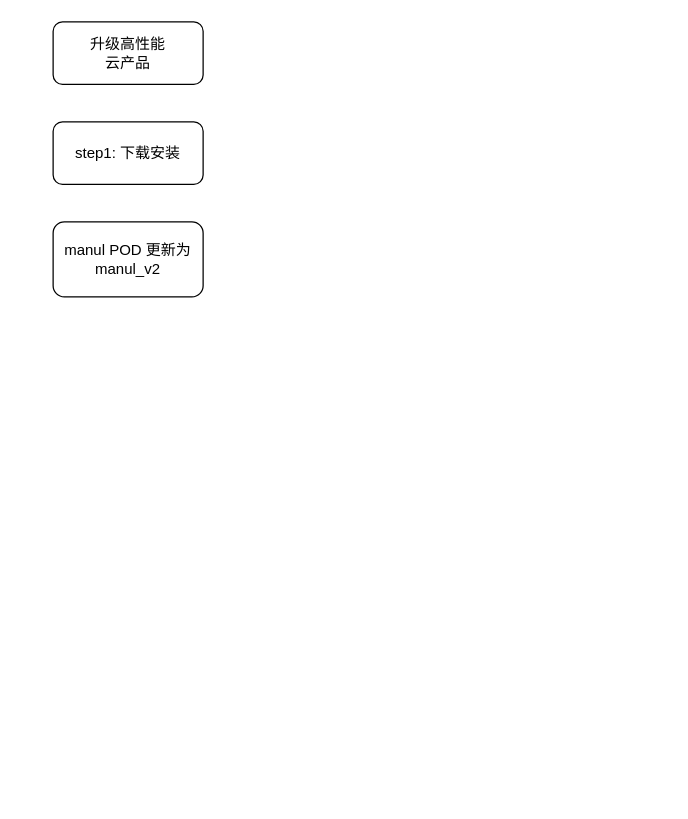
Before: 升级流程.drawio in ChenFanTony/iodraw-files, a draw.io diagram. Source tidied: cells renumbered, new cells numbered last; positions are measured from the earlier drawing's top-left corner, leaving out a move shared by most shapes. Both pictures are drawn from the tidied source at 125%, with x=0, y=0 at pixel (52, 21).
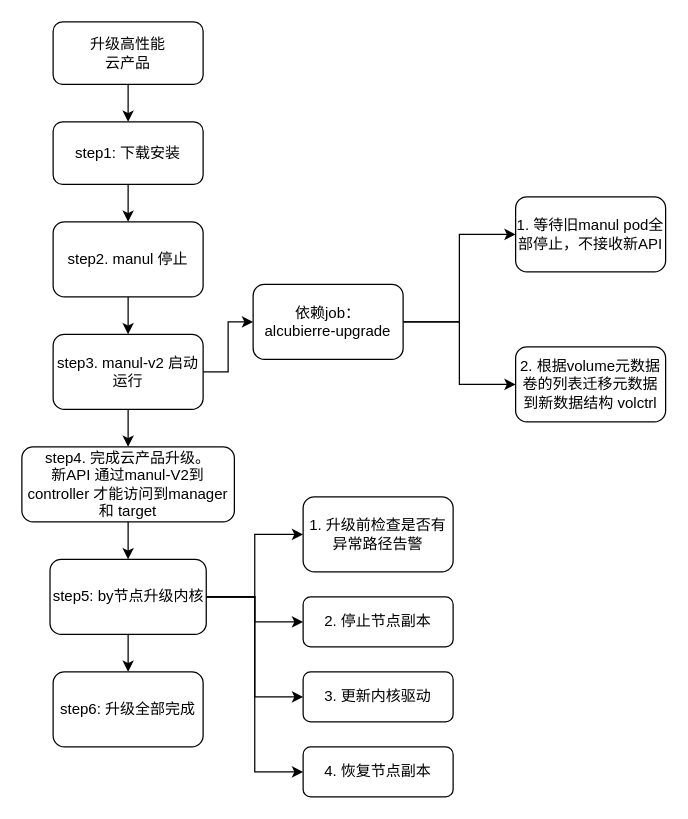
The same diagram, later.

Commit message:
更新升级流程.drawio

Unchanged cells that the change refers to:
```xml
<mxCell id="2" value="升级高性能&lt;div&gt;云产品&lt;/div&gt;" style="rounded=1;whiteSpace=wrap;html=1;" parent="1" vertex="1">
  <mxGeometry width="120" height="50" as="geometry" />
</mxCell>
<mxCell id="3" value="step1: 下载安装" style="rounded=1;whiteSpace=wrap;html=1;" parent="1" vertex="1">
  <mxGeometry y="80" width="120" height="50" as="geometry" />
</mxCell>
```

Diff of the diagram source:
```diff
@@
+    <mxCell id="5" style="edgeStyle=orthogonalEdgeStyle;rounded=0;jettySize=auto;html=1;exitX=0.5;exitY=1;exitDx=0;exitDy=0;entryX=0.5;entryY=0;entryDx=0;entryDy=0;" parent="1" edge="1" source="2" target="3">
+      <mxGeometry relative="1" as="geometry" />
+    </mxCell>
@@
+    <mxCell id="6" style="edgeStyle=orthogonalEdgeStyle;rounded=0;jettySize=auto;html=1;exitX=0.5;exitY=1;exitDx=0;exitDy=0;entryX=0.5;entryY=0;entryDx=0;entryDy=0;" parent="1" edge="1" source="3" target="4">
+      <mxGeometry relative="1" as="geometry" />
+    </mxCell>
@@
+    <mxCell id="7" style="edgeStyle=orthogonalEdgeStyle;rounded=0;jettySize=auto;html=1;exitX=0.5;exitY=1;exitDx=0;exitDy=0;entryX=0.5;entryY=0;entryDx=0;entryDy=0;" parent="1" edge="1" source="4" target="15">
+      <mxGeometry relative="1" as="geometry" />
+    </mxCell>
-    <mxCell id="4" value="manul POD 更新为 manul_v2" style="rounded=1;whiteSpace=wrap;html=1;" parent="1" vertex="1">
+    <mxCell id="4" value="step2. manul 停止" style="rounded=1;whiteSpace=wrap;html=1;" parent="1" vertex="1">
       <mxGeometry y="160" width="120" height="60" as="geometry" />
     </mxCell>
+    <mxCell id="8" style="edgeStyle=orthogonalEdgeStyle;rounded=0;jettySize=auto;html=1;exitX=1;exitY=0.5;exitDx=0;exitDy=0;entryX=0;entryY=0.5;entryDx=0;entryDy=0;" parent="1" edge="1" source="10" target="11">
+      <mxGeometry relative="1" as="geometry" />
+    </mxCell>
+    <mxCell id="9" style="edgeStyle=orthogonalEdgeStyle;rounded=0;jettySize=auto;html=1;exitX=1;exitY=0.5;exitDx=0;exitDy=0;entryX=0;entryY=0.5;entryDx=0;entryDy=0;" parent="1" edge="1" source="10" target="12">
+      <mxGeometry relative="1" as="geometry" />
+    </mxCell>
+    <mxCell id="10" value="依赖job：&lt;br&gt;alcubierre-upgrade" style="whiteSpace=wrap;html=1;rounded=1;" parent="1" vertex="1">
+      <mxGeometry x="160" y="210" width="120" height="60" as="geometry" />
+    </mxCell>
+    <mxCell id="11" value="1. 等待旧manul pod全部停止，不接收新API" style="whiteSpace=wrap;html=1;rounded=1;" parent="1" vertex="1">
+      <mxGeometry x="370" y="140" width="120" height="60" as="geometry" />
+    </mxCell>
+    <mxCell id="12" value="2. 根据volume元数据卷的列表迁移元数据到新数据结构 volctrl" style="whiteSpace=wrap;html=1;rounded=1;" parent="1" vertex="1">
+      <mxGeometry x="370" y="260" width="120" height="60" as="geometry" />
+    </mxCell>
+    <mxCell id="13" style="edgeStyle=orthogonalEdgeStyle;rounded=0;jettySize=auto;html=1;exitX=1;exitY=0.5;exitDx=0;exitDy=0;entryX=0;entryY=0.5;entryDx=0;entryDy=0;" parent="1" edge="1" source="15" target="10">
+      <mxGeometry relative="1" as="geometry" />
+    </mxCell>
+    <mxCell id="14" style="edgeStyle=orthogonalEdgeStyle;rounded=0;jettySize=auto;html=1;exitX=0.5;exitY=1;exitDx=0;exitDy=0;" parent="1" edge="1" source="15">
+      <mxGeometry relative="1" as="geometry">
+        <mxPoint x="60" y="340" as="targetPoint" />
+      </mxGeometry>
+    </mxCell>
+    <mxCell id="15" value="step3. manul-v2 启动运行" style="rounded=1;whiteSpace=wrap;html=1;" parent="1" vertex="1">
+      <mxGeometry y="250" width="120" height="60" as="geometry" />
+    </mxCell>
+    <mxCell id="16" style="edgeStyle=orthogonalEdgeStyle;rounded=0;jettySize=auto;html=1;exitX=0.5;exitY=1;exitDx=0;exitDy=0;entryX=0.5;entryY=0;entryDx=0;entryDy=0;" parent="1" edge="1" source="17" target="23">
+      <mxGeometry relative="1" as="geometry" />
+    </mxCell>
+    <mxCell id="17" value="step4. 完成云产品升级。&lt;br&gt;新API 通过manul-V2到 controller 才能访问到manager 和 target" style="rounded=1;whiteSpace=wrap;html=1;" parent="1" vertex="1">
+      <mxGeometry x="-25" y="340" width="170" height="60" as="geometry" />
+    </mxCell>
+    <mxCell id="18" style="edgeStyle=orthogonalEdgeStyle;rounded=0;jettySize=auto;html=1;" parent="1" edge="1" source="23" target="24">
+      <mxGeometry relative="1" as="geometry" />
+    </mxCell>
+    <mxCell id="19" style="edgeStyle=orthogonalEdgeStyle;rounded=0;jettySize=auto;html=1;exitX=1;exitY=0.5;exitDx=0;exitDy=0;entryX=0;entryY=0.5;entryDx=0;entryDy=0;" parent="1" edge="1" source="23" target="25">
+      <mxGeometry relative="1" as="geometry" />
+    </mxCell>
+    <mxCell id="20" style="edgeStyle=orthogonalEdgeStyle;rounded=0;jettySize=auto;html=1;exitX=1;exitY=0.5;exitDx=0;exitDy=0;entryX=0;entryY=0.5;entryDx=0;entryDy=0;" parent="1" edge="1" source="23" target="26">
+      <mxGeometry relative="1" as="geometry" />
+    </mxCell>
+    <mxCell id="21" style="edgeStyle=orthogonalEdgeStyle;rounded=0;jettySize=auto;html=1;exitX=1;exitY=0.5;exitDx=0;exitDy=0;entryX=0;entryY=0.5;entryDx=0;entryDy=0;" parent="1" edge="1" source="23" target="27">
+      <mxGeometry relative="1" as="geometry" />
+    </mxCell>
+    <mxCell id="22" style="edgeStyle=orthogonalEdgeStyle;rounded=0;jettySize=auto;html=1;" parent="1" edge="1" source="23" target="28">
+      <mxGeometry relative="1" as="geometry" />
+    </mxCell>
+    <mxCell id="23" value="step5: by节点升级内核" style="rounded=1;whiteSpace=wrap;html=1;" parent="1" vertex="1">
+      <mxGeometry x="-2.5" y="430" width="125" height="60" as="geometry" />
+    </mxCell>
+    <mxCell id="24" value="1. 升级前检查是否有异常路径告警" style="whiteSpace=wrap;html=1;rounded=1;" parent="1" vertex="1">
+      <mxGeometry x="200" y="380" width="120" height="60" as="geometry" />
+    </mxCell>
+    <mxCell id="25" value="2. 停止节点副本" style="whiteSpace=wrap;html=1;rounded=1;" parent="1" vertex="1">
+      <mxGeometry x="200" y="460" width="120" height="40" as="geometry" />
+    </mxCell>
+    <mxCell id="26" value="3. 更新内核驱动" style="whiteSpace=wrap;html=1;rounded=1;" parent="1" vertex="1">
+      <mxGeometry x="200" y="520" width="120" height="40" as="geometry" />
+    </mxCell>
+    <mxCell id="27" value="4. 恢复节点副本" style="whiteSpace=wrap;html=1;rounded=1;" parent="1" vertex="1">
+      <mxGeometry x="200" y="580" width="120" height="40" as="geometry" />
+    </mxCell>
+    <mxCell id="28" value="step6: 升级全部完成" style="whiteSpace=wrap;html=1;rounded=1;" parent="1" vertex="1">
+      <mxGeometry y="520" width="120" height="60" as="geometry" />
+    </mxCell>
```
